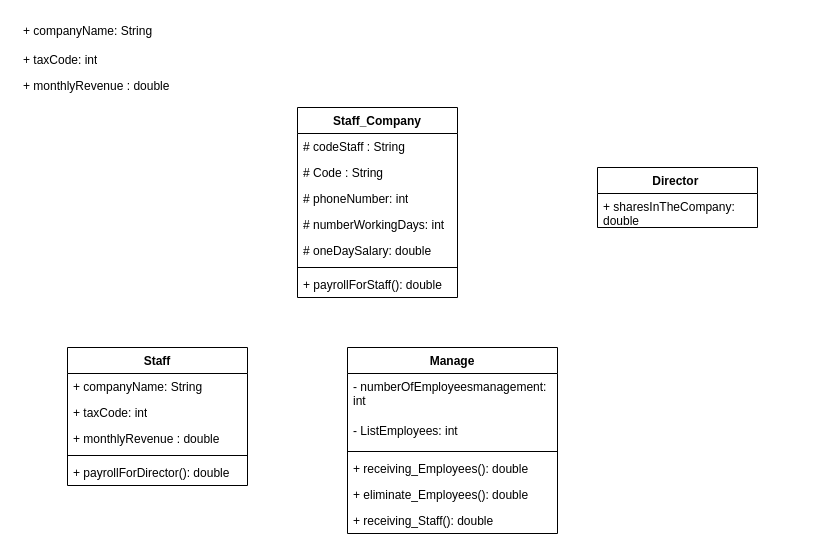
Before: ly_thuyet/Untitled Diagram.drawio in dangphuc1902/java_cybersoft, a draw.io diagram. Source tidied: cells renumbered, new cells numbered last; positions are measured from the earlier drawing's top-left corner, leaving out a move shared by most shapes. Both pictures are drawn from the tidied source at 100%, with x=0, y=0 at pixel (17, 17).
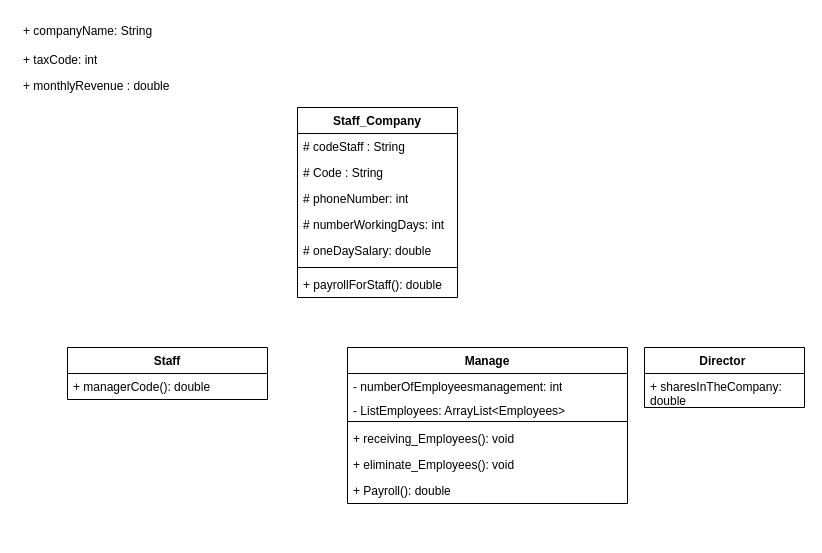
The same page after the edit.

Change to the diagram source:
```diff
@@
     <mxCell id="10" value="Director&amp;nbsp;" style="swimlane;fontStyle=1;align=center;verticalAlign=top;horizontal=1;startSize=26;whiteSpace=wrap;html=1;" parent="1" vertex="1">
-      <mxGeometry x="580" y="150" width="160" height="60" as="geometry" />
+      <mxGeometry x="627" y="330" width="160" height="60" as="geometry" />
     </mxCell>
@@
     <mxCell id="12" value="Manage&lt;br&gt;" style="swimlane;fontStyle=1;align=center;verticalAlign=top;horizontal=1;startSize=26;whiteSpace=wrap;html=1;" parent="1" vertex="1">
-      <mxGeometry x="330" y="330" width="210" height="186" as="geometry" />
+      <mxGeometry x="330" y="330" width="280" height="156" as="geometry" />
     </mxCell>
     <mxCell id="13" value="- numberOfEmployeesmanagement: int" style="text;strokeColor=none;fillColor=none;align=left;verticalAlign=top;spacingLeft=4;spacingRight=4;overflow=hidden;whiteSpace=wrap;html=1;" parent="12" vertex="1">
-      <mxGeometry y="26" width="210" height="44" as="geometry" />
+      <mxGeometry y="26" width="280" height="24" as="geometry" />
     </mxCell>
-    <mxCell id="14" value="- ListEmployees: int" style="text;strokeColor=none;fillColor=none;align=left;verticalAlign=top;spacingLeft=4;spacingRight=4;overflow=hidden;whiteSpace=wrap;html=1;" parent="12" vertex="1">
-      <mxGeometry y="70" width="210" height="30" as="geometry" />
+    <mxCell id="14" value="- ListEmployees: ArrayList&amp;lt;Employees&amp;gt;" style="text;strokeColor=none;fillColor=none;align=left;verticalAlign=top;spacingLeft=4;spacingRight=4;overflow=hidden;whiteSpace=wrap;html=1;" parent="12" vertex="1">
+      <mxGeometry y="50" width="280" height="20" as="geometry" />
     </mxCell>
     <mxCell id="15" style="line;strokeWidth=1;fillColor=none;align=left;verticalAlign=middle;spacingTop=-1;spacingLeft=3;spacingRight=3;labelPosition=right;strokeColor=inherit;" parent="12" vertex="1">
-      <mxGeometry y="100" width="210" height="8" as="geometry" />
+      <mxGeometry y="70" width="280" height="8" as="geometry" />
     </mxCell>
-    <mxCell id="16" value="+ receiving_Employees(): double" style="text;strokeColor=none;fillColor=none;align=left;verticalAlign=top;spacingLeft=4;spacingRight=4;overflow=hidden;whiteSpace=wrap;html=1;" parent="12" vertex="1">
-      <mxGeometry y="108" width="210" height="26" as="geometry" />
+    <mxCell id="16" value="+ receiving_Employees(): void" style="text;strokeColor=none;fillColor=none;align=left;verticalAlign=top;spacingLeft=4;spacingRight=4;overflow=hidden;whiteSpace=wrap;html=1;" parent="12" vertex="1">
+      <mxGeometry y="78" width="280" height="26" as="geometry" />
     </mxCell>
-    <mxCell id="17" value="+ eliminate_Employees(): double" style="text;strokeColor=none;fillColor=none;align=left;verticalAlign=top;spacingLeft=4;spacingRight=4;overflow=hidden;whiteSpace=wrap;html=1;" parent="12" vertex="1">
-      <mxGeometry y="134" width="210" height="26" as="geometry" />
+    <mxCell id="17" value="+ eliminate_Employees(): void" style="text;strokeColor=none;fillColor=none;align=left;verticalAlign=top;spacingLeft=4;spacingRight=4;overflow=hidden;whiteSpace=wrap;html=1;" parent="12" vertex="1">
+      <mxGeometry y="104" width="280" height="26" as="geometry" />
     </mxCell>
-    <mxCell id="18" value="+ receiving_Staff(): double" style="text;strokeColor=none;fillColor=none;align=left;verticalAlign=top;spacingLeft=4;spacingRight=4;overflow=hidden;whiteSpace=wrap;html=1;" parent="12" vertex="1">
-      <mxGeometry y="160" width="210" height="26" as="geometry" />
+    <mxCell id="18" value="+ Payroll(): double" style="text;strokeColor=none;fillColor=none;align=left;verticalAlign=top;spacingLeft=4;spacingRight=4;overflow=hidden;whiteSpace=wrap;html=1;" parent="12" vertex="1">
+      <mxGeometry y="130" width="280" height="26" as="geometry" />
     </mxCell>
     <mxCell id="19" value="Staff&lt;br&gt;" style="swimlane;fontStyle=1;align=center;verticalAlign=top;horizontal=1;startSize=26;whiteSpace=wrap;html=1;" parent="1" vertex="1">
-      <mxGeometry x="50" y="330" width="180" height="138" as="geometry" />
+      <mxGeometry x="50" y="330" width="200" height="52" as="geometry" />
     </mxCell>
-    <mxCell id="20" value="+ companyName: String" style="text;strokeColor=none;fillColor=none;align=left;verticalAlign=top;spacingLeft=4;spacingRight=4;overflow=hidden;whiteSpace=wrap;html=1;" parent="19" vertex="1">
-      <mxGeometry y="26" width="180" height="26" as="geometry" />
-    </mxCell>
-    <mxCell id="21" value="+ taxCode: int" style="text;strokeColor=none;fillColor=none;align=left;verticalAlign=top;spacingLeft=4;spacingRight=4;overflow=hidden;whiteSpace=wrap;html=1;" parent="19" vertex="1">
-      <mxGeometry y="52" width="180" height="26" as="geometry" />
-    </mxCell>
-    <mxCell id="22" value="+ monthlyRevenue : double" style="text;strokeColor=none;fillColor=none;align=left;verticalAlign=top;spacingLeft=4;spacingRight=4;overflow=hidden;whiteSpace=wrap;html=1;" parent="19" vertex="1">
-      <mxGeometry y="78" width="180" height="26" as="geometry" />
-    </mxCell>
-    <mxCell id="23" style="line;strokeWidth=1;fillColor=none;align=left;verticalAlign=middle;spacingTop=-1;spacingLeft=3;spacingRight=3;labelPosition=right;strokeColor=inherit;" parent="19" vertex="1">
-      <mxGeometry y="104" width="180" height="8" as="geometry" />
-    </mxCell>
-    <mxCell id="24" value="+ payrollForDirector(): double" style="text;strokeColor=none;fillColor=none;align=left;verticalAlign=top;spacingLeft=4;spacingRight=4;overflow=hidden;whiteSpace=wrap;html=1;" parent="19" vertex="1">
-      <mxGeometry y="112" width="180" height="26" as="geometry" />
+    <mxCell id="24" value="+ managerCode(): double" style="text;strokeColor=none;fillColor=none;align=left;verticalAlign=top;spacingLeft=4;spacingRight=4;overflow=hidden;whiteSpace=wrap;html=1;" parent="19" vertex="1">
+      <mxGeometry y="26" width="200" height="26" as="geometry" />
     </mxCell>
```
